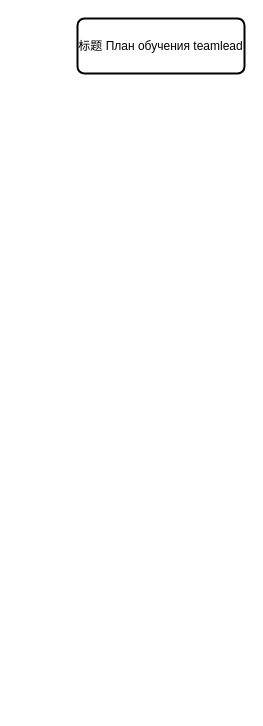
fduch2k/diagrams keeps this draw.io diagram as Диаграмма без названия.drawio. Above is the earlier version. Source tidied: cells renumbered, new cells numbered last; positions are measured from the earlier drawing's top-left corner, leaving out a move shared by most shapes. Both pictures are drawn from the tidied source at 100%, with x=0, y=0 at pixel (77, 18).
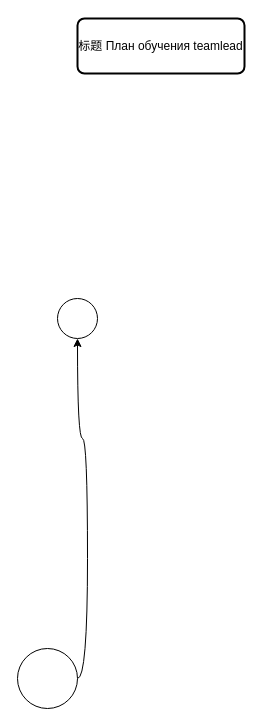
The same page after the edit.

Change to the diagram source:
```diff
@@
 <mxGraphModel>
   <root>
     <mxCell id="0" />
     <mxCell id="1" parent="0" />
     <mxCell id="2" value="标题 План обучения teamlead" style="rounded=1;absoluteArcSize=1;arcSize=14;whiteSpace=wrap;strokeWidth=2;" parent="1" vertex="1">
       <mxGeometry width="167" height="55" as="geometry" />
     </mxCell>
+    <mxCell id="3" style="ellipse;whiteSpace=wrap;html=1;" parent="1" vertex="1">
+      <mxGeometry x="-20" y="280" width="40" height="40" as="geometry" />
+    </mxCell>
+    <mxCell id="4" style="edgeStyle=orthogonalEdgeStyle;jettySize=auto;html=1;entryX=0.5;entryY=1;entryDx=0;entryDy=0;curved=1;" parent="1" edge="1" source="5" target="3">
+      <mxGeometry relative="1" as="geometry">
+        <Array as="points">
+          <mxPoint x="10" y="420" />
+          <mxPoint y="420" />
+        </Array>
+      </mxGeometry>
+    </mxCell>
+    <mxCell id="5" style="ellipse;whiteSpace=wrap;html=1;" parent="1" vertex="1">
+      <mxGeometry x="-60" y="630" width="60" height="60" as="geometry" />
+    </mxCell>
   </root>
 </mxGraphModel>
```
